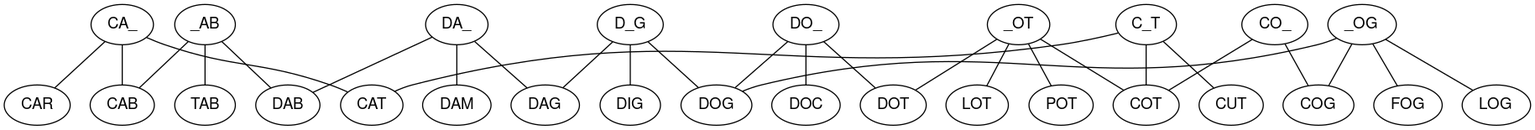
Above: word-ladder/src/images/example-groups.png in ToF-/CodeKatas (Graphviz), before the change. Its source is kept beside it as word-ladder/src/example-groups.gv.
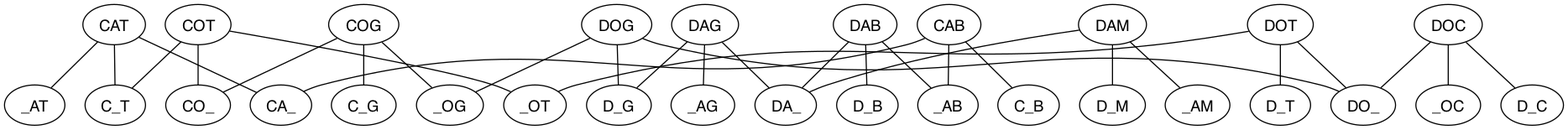
The same file after the commit.

Diff of the diagram source:
```diff
@@ -2,13 +2,14 @@
 	fontname="Helvetica,Arial,sans-serif"
 	node [fontname="Helvetica,Arial,sans-serif"]
 	edge [fontname="Helvetica,Arial,sans-serif"]
-CA_ -- {CAB,CAR,CAT};
-CO_ -- {COG,COT};
-C_T -- {CAT,COT,CUT};
-DA_ -- {DAB,DAG,DAM};
-DO_ -- {DOC,DOG,DOT};
-D_G -- {DAG,DIG,DOG};
-_AB -- {CAB,DAB,TAB};
-_OG -- {COG,DOG,FOG,LOG};
-_OT -- {COT,DOT,LOT,POT};
+CAT -- {_AT,C_T,CA_};
+CAB -- {_AB,C_B,CA_};
+COG -- {_OG,C_G,CO_};
+COT -- {_OT,C_T,CO_};
+DAB -- {_AB,D_B,DA_};
+DAG -- {_AG,D_G,DA_};
+DAM -- {_AM,D_M,DA_};
+DOC -- {_OC,D_C,DO_};
+DOG -- {_OG,D_G,DO_};
+DOT -- {_OT,D_T,DO_};
 }
```
